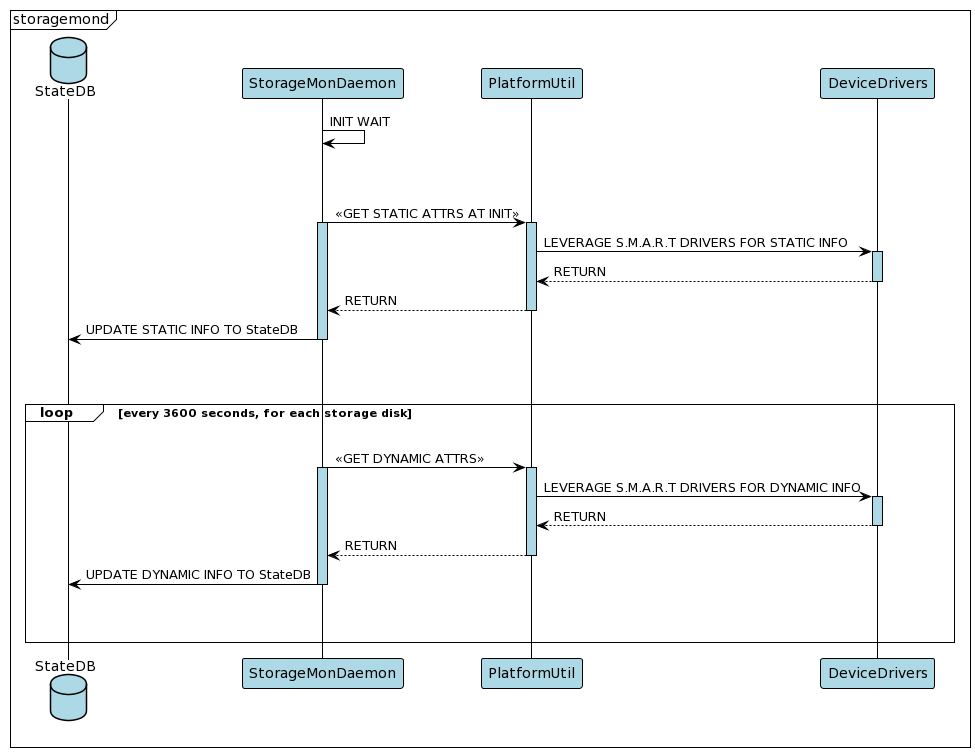
Earlier version of the PlantUML export doc/storagemond/images/storagemond_SequenceDiagram.png (sonic-net/SONiC).
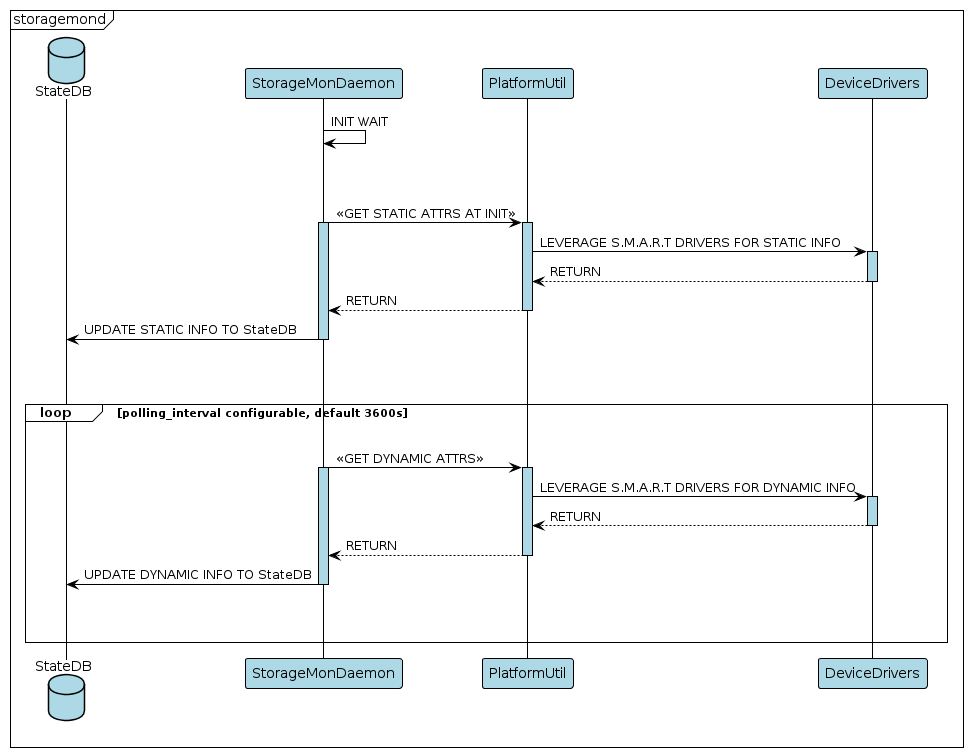
After the commit.

Commit message:
Made changes per community review comments

Diff of the diagram source:
```diff
@@ -28,7 +28,7 @@
   |||
   |||
 
-  loop every 3600 seconds, for each storage disk
+  loop polling_interval configurable, default 3600s
     |||
     StorageMonDaemon -> PlatformUtil: << GET DYNAMIC ATTRS >>
     activate StorageMonDaemon #LightBlue
```
